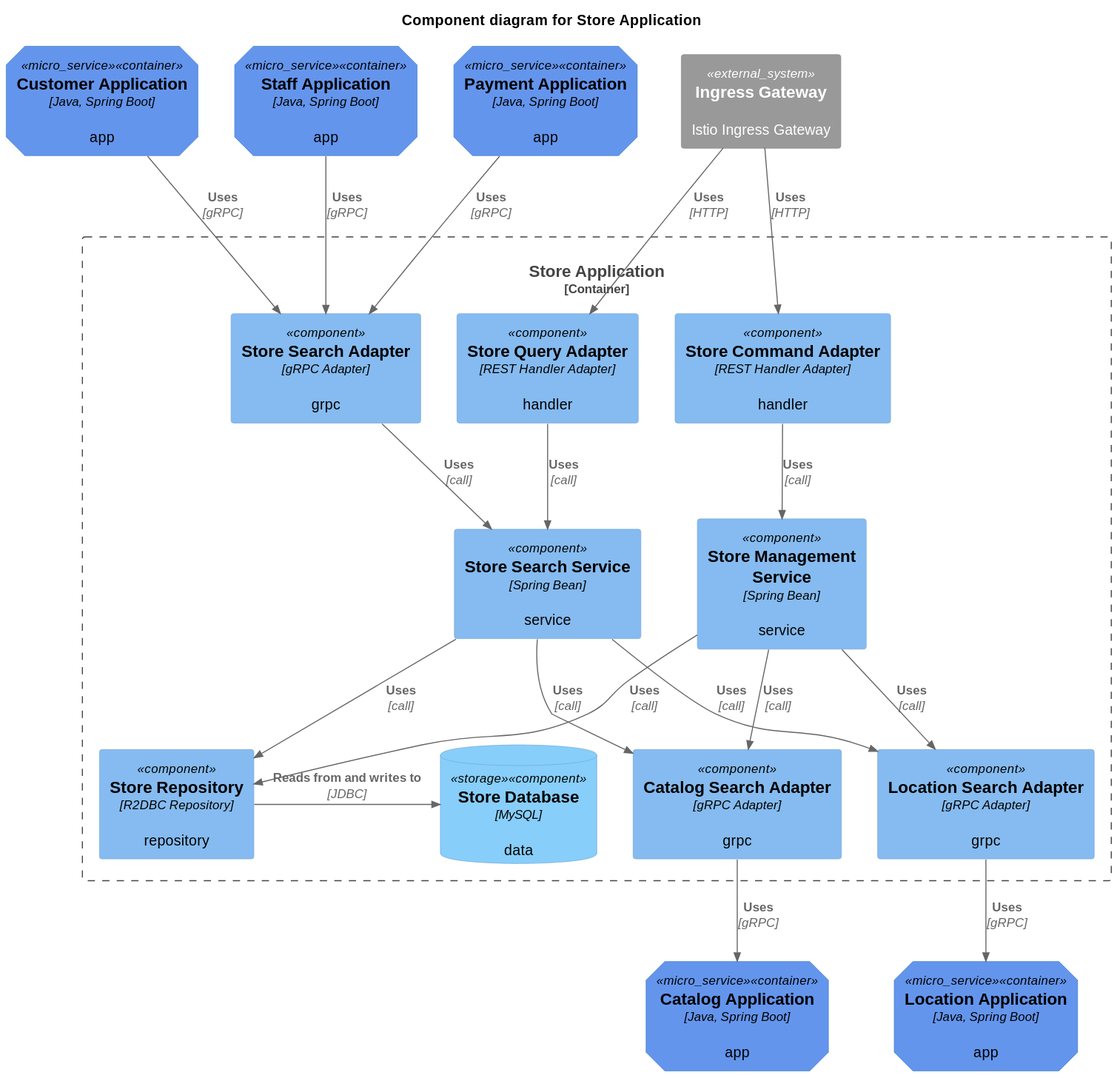
Earlier version of the PlantUML export diagram/component/store-application.svg (codejsha/sakila-microservices).
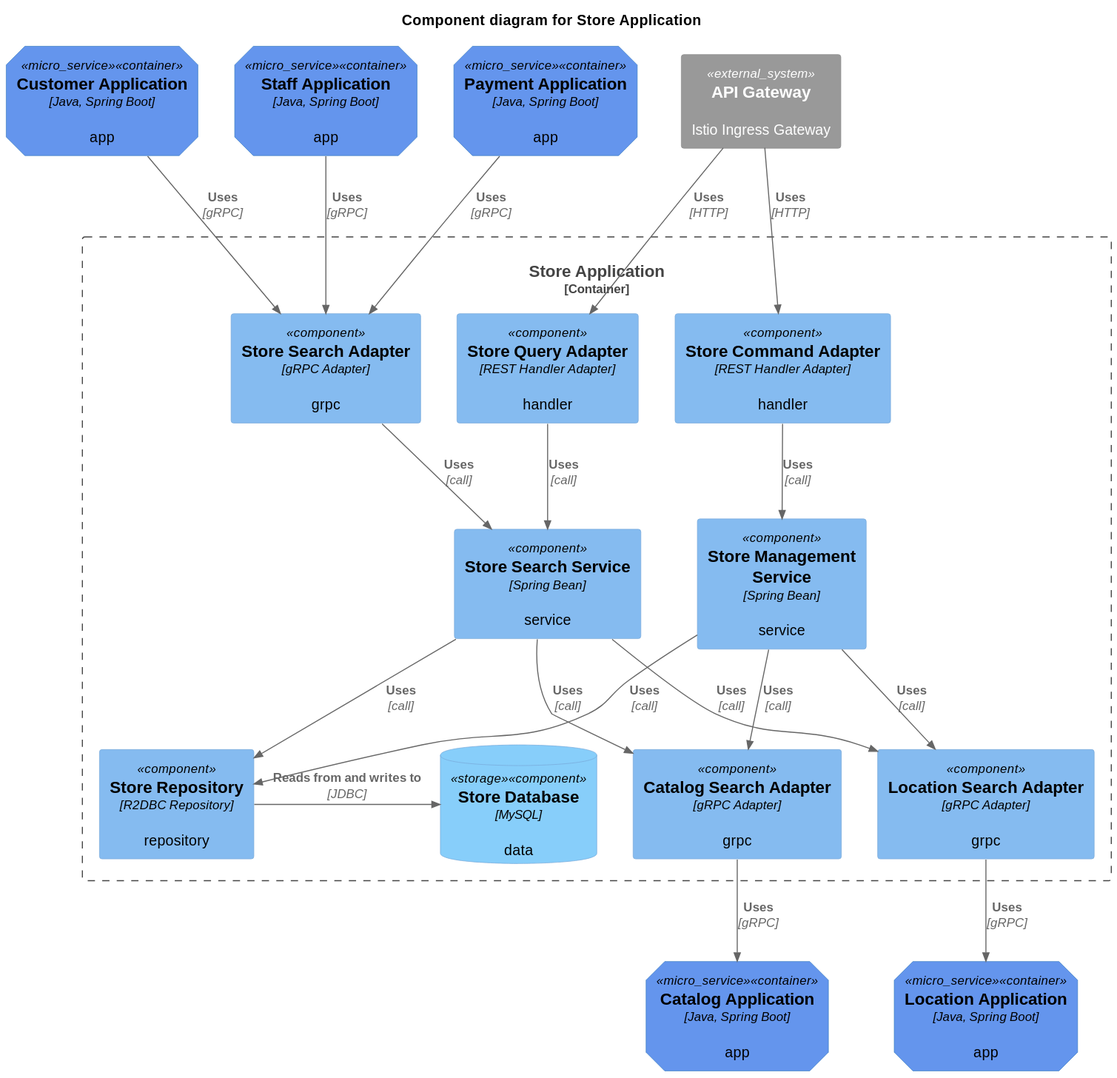
After the commit.

What changed in the source:
```diff
@@ -11,7 +11,7 @@
 Container(payment_app, "Payment Application", "Java, Spring Boot", "app", $tags = "micro_service")
 Container(catalog_app, "Catalog Application", "Java, Spring Boot", "app", $tags = "micro_service")
 Container(location_app, "Location Application", "Java, Spring Boot", "app", $tags = "micro_service")
-System_Ext(ingress_gateway, "Ingress Gateway", "Istio Ingress Gateway")
+System_Ext(ingress_gateway, "API Gateway", "Istio Ingress Gateway")
 
 Container_Boundary(store_app, "Store Application") {
     Component(command_adapter, "Store Command Adapter", "REST Handler Adapter", "handler")
```
